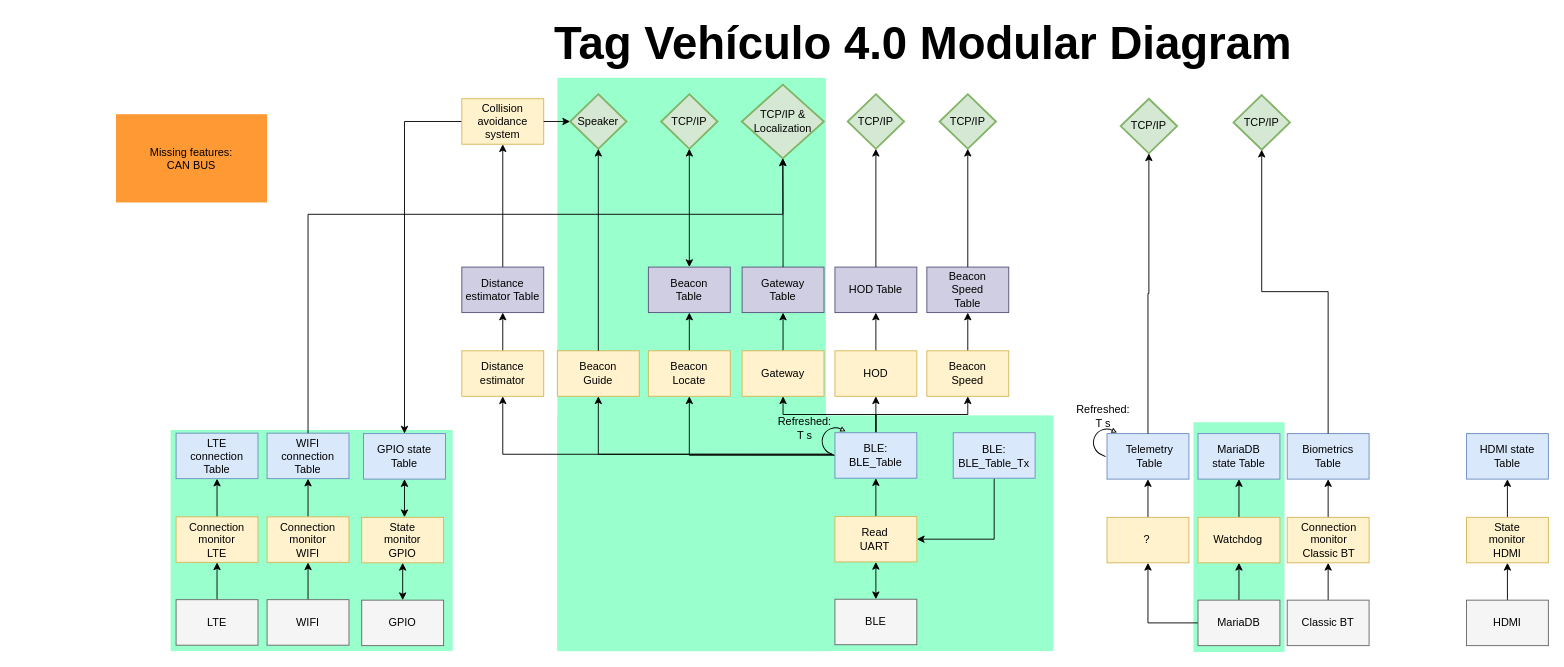
Above: Diagrama modular de Tag Vehiculo 4_0.drawio in CesarRodriguez14/Tag_Vehiculo_4_0_Diagramas (draw.io), before the change. Source tidied: cells renumbered, new cells numbered last; positions are measured from the earlier drawing's top-left corner, leaving out a move shared by most shapes. Both pictures are drawn from the tidied source at 91%, with x=0, y=0 at pixel (116, 20).
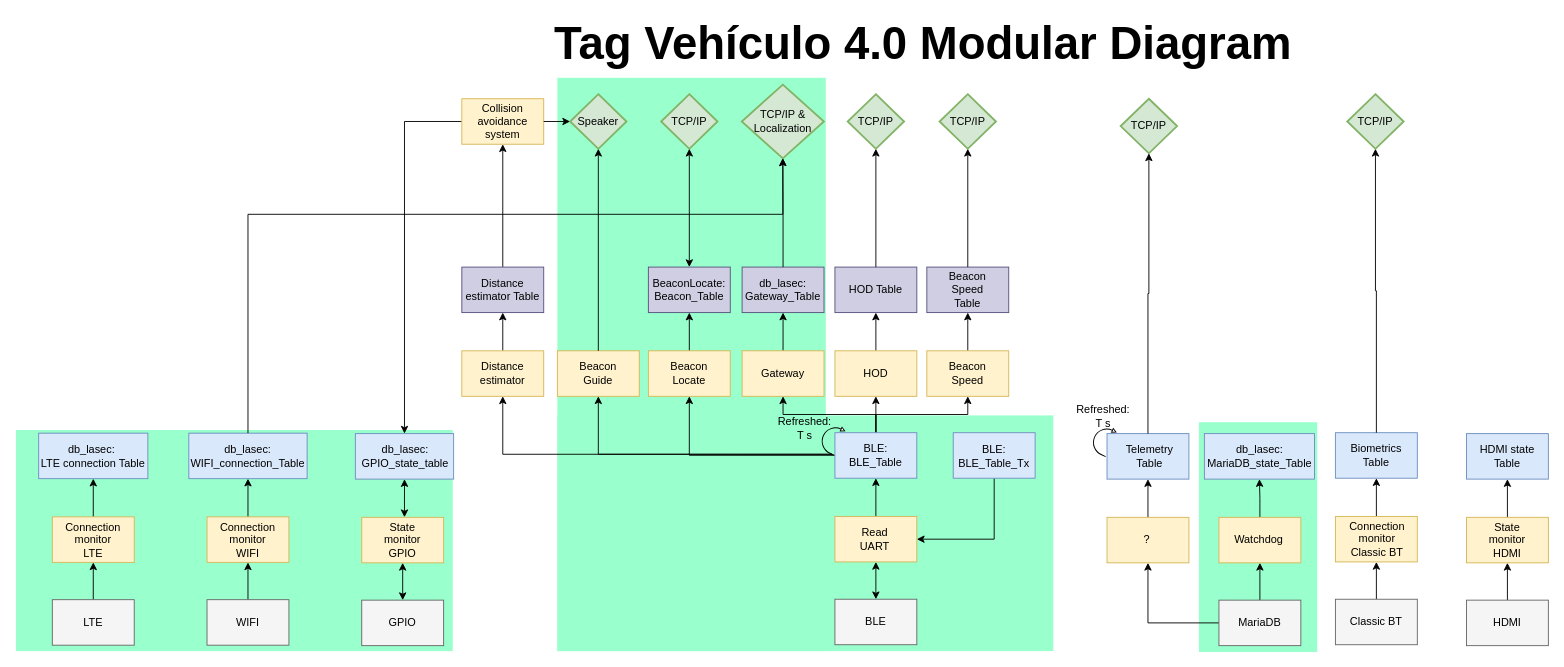
The same page after the edit.

Commit message:
Update tables and dbs

Unchanged cells that the change refers to:
```xml
<mxCell id="80" value="TCP/IP &amp;amp; Localization" style="strokeWidth=2;html=1;shape=mxgraph.flowchart.decision;whiteSpace=wrap;fillColor=#d5e8d4;strokeColor=#82b366;" parent="1" vertex="1">
  <mxGeometry x="687.6" y="70.5" width="90.3" height="81" as="geometry" />
</mxCell>
```

Diff of the diagram source:
```diff
@@
     <mxCell id="2" style="rounded=0;whiteSpace=wrap;html=1;fillColor=#99FFCC;strokeColor=none;" parent="1" vertex="1">
-      <mxGeometry x="1184" y="441.5" width="100" height="252.5" as="geometry" />
+      <mxGeometry x="1190" y="441.5" width="130" height="252.5" as="geometry" />
     </mxCell>
     <mxCell id="3" style="rounded=0;whiteSpace=wrap;html=1;fillColor=#99FFCC;strokeColor=none;" parent="1" vertex="1">
-      <mxGeometry x="60" y="450" width="310" height="243" as="geometry" />
+      <mxGeometry x="-110" y="450" width="480" height="243" as="geometry" />
     </mxCell>
@@
     <mxCell id="9" style="rounded=0;whiteSpace=wrap;html=1;fillColor=#f5f5f5;fontColor=#333333;strokeColor=#666666;" parent="1" vertex="1">
-      <mxGeometry x="66" y="636.5" width="90" height="50" as="geometry" />
+      <mxGeometry x="-70" y="636.5" width="90" height="50" as="geometry" />
     </mxCell>
     <mxCell id="10" value="LTE" style="text;html=1;align=center;verticalAlign=middle;whiteSpace=wrap;rounded=0;" parent="1" vertex="1">
-      <mxGeometry x="81" y="646.5" width="60" height="30" as="geometry" />
+      <mxGeometry x="-55" y="646.5" width="60" height="30" as="geometry" />
     </mxCell>
@@
     <mxCell id="12" style="rounded=0;whiteSpace=wrap;html=1;fillColor=#f5f5f5;fontColor=#333333;strokeColor=#666666;" parent="1" vertex="1">
-      <mxGeometry x="166" y="636.5" width="90" height="50" as="geometry" />
+      <mxGeometry x="100" y="636.5" width="90" height="50" as="geometry" />
     </mxCell>
     <mxCell id="13" value="WIFI" style="text;html=1;align=center;verticalAlign=middle;whiteSpace=wrap;rounded=0;" parent="1" vertex="1">
-      <mxGeometry x="181" y="646.5" width="60" height="30" as="geometry" />
+      <mxGeometry x="115" y="646.5" width="60" height="30" as="geometry" />
     </mxCell>
@@
     <mxCell id="21" style="rounded=0;whiteSpace=wrap;html=1;fillColor=#f5f5f5;fontColor=#333333;strokeColor=#666666;" parent="1" vertex="1">
-      <mxGeometry x="1189" y="637" width="90" height="50" as="geometry" />
+      <mxGeometry x="1212" y="637" width="90" height="50" as="geometry" />
     </mxCell>
     <mxCell id="22" value="MariaDB" style="text;html=1;align=center;verticalAlign=middle;whiteSpace=wrap;rounded=0;" parent="1" vertex="1">
-      <mxGeometry x="1204" y="647" width="60" height="30" as="geometry" />
+      <mxGeometry x="1227" y="647" width="60" height="30" as="geometry" />
     </mxCell>
@@
     <mxCell id="29" style="rounded=0;whiteSpace=wrap;html=1;fillColor=#fff2cc;strokeColor=#d6b656;" parent="1" vertex="1">
-      <mxGeometry x="66" y="545.5" width="90" height="50" as="geometry" />
+      <mxGeometry x="-70" y="545.5" width="90" height="50" as="geometry" />
     </mxCell>
     <mxCell id="30" value="Connection monitor LTE" style="text;html=1;align=center;verticalAlign=middle;whiteSpace=wrap;rounded=0;" parent="1" vertex="1">
-      <mxGeometry x="81" y="555.5" width="60" height="30" as="geometry" />
+      <mxGeometry x="-55" y="555.5" width="60" height="30" as="geometry" />
     </mxCell>
@@
     <mxCell id="32" style="rounded=0;whiteSpace=wrap;html=1;fillColor=#fff2cc;strokeColor=#d6b656;" parent="1" vertex="1">
-      <mxGeometry x="166" y="545.5" width="90" height="50" as="geometry" />
+      <mxGeometry x="100" y="545.5" width="90" height="50" as="geometry" />
     </mxCell>
     <mxCell id="33" value="Connection monitor WIFI" style="text;html=1;align=center;verticalAlign=middle;whiteSpace=wrap;rounded=0;" parent="1" vertex="1">
-      <mxGeometry x="181" y="555.5" width="60" height="30" as="geometry" />
+      <mxGeometry x="115" y="555.5" width="60" height="30" as="geometry" />
     </mxCell>
@@
     <mxCell id="40" style="rounded=0;whiteSpace=wrap;html=1;fillColor=#fff2cc;strokeColor=#d6b656;" parent="1" vertex="1">
-      <mxGeometry x="1189" y="546" width="90" height="50" as="geometry" />
+      <mxGeometry x="1212" y="546" width="90" height="50" as="geometry" />
     </mxCell>
     <mxCell id="41" value="Watchdog" style="text;html=1;align=center;verticalAlign=middle;whiteSpace=wrap;rounded=0;" parent="1" vertex="1">
-      <mxGeometry x="1203" y="556" width="60" height="30" as="geometry" />
+      <mxGeometry x="1226" y="556" width="60" height="30" as="geometry" />
     </mxCell>
@@
     <mxCell id="51" style="rounded=0;whiteSpace=wrap;html=1;fillColor=#f5f5f5;fontColor=#333333;strokeColor=#666666;" parent="1" vertex="1">
-      <mxGeometry x="1287" y="637" width="90" height="50" as="geometry" />
+      <mxGeometry x="1340" y="636" width="90" height="50" as="geometry" />
     </mxCell>
     <mxCell id="52" value="Classic BT" style="text;html=1;align=center;verticalAlign=middle;whiteSpace=wrap;rounded=0;" parent="1" vertex="1">
-      <mxGeometry x="1302" y="647" width="60" height="30" as="geometry" />
+      <mxGeometry x="1355" y="646" width="60" height="30" as="geometry" />
     </mxCell>
     <mxCell id="53" style="rounded=0;whiteSpace=wrap;html=1;fillColor=#dae8fc;strokeColor=#6c8ebf;" parent="1" vertex="1">
-      <mxGeometry x="1287" y="454" width="90" height="50" as="geometry" />
+      <mxGeometry x="1340" y="453" width="90" height="50" as="geometry" />
     </mxCell>
     <mxCell id="54" value="Biometrics Table" style="text;html=1;align=center;verticalAlign=middle;whiteSpace=wrap;rounded=0;" parent="1" vertex="1">
-      <mxGeometry x="1302" y="464" width="60" height="30" as="geometry" />
+      <mxGeometry x="1355" y="463" width="60" height="30" as="geometry" />
     </mxCell>
     <mxCell id="55" value="TCP/IP" style="strokeWidth=2;html=1;shape=mxgraph.flowchart.decision;whiteSpace=wrap;fillColor=#d5e8d4;strokeColor=#82b366;" parent="1" vertex="1">
-      <mxGeometry x="1228" y="82" width="62" height="60" as="geometry" />
+      <mxGeometry x="1353" y="81" width="62" height="60" as="geometry" />
     </mxCell>
@@
-    <mxCell id="61" value="Beacon Table" style="text;html=1;align=center;verticalAlign=middle;whiteSpace=wrap;rounded=0;" parent="1" vertex="1">
+    <mxCell id="61" value="&lt;div&gt;BeaconLocate:&lt;/div&gt;Beacon_Table" style="text;html=1;align=center;verticalAlign=middle;whiteSpace=wrap;rounded=0;" parent="1" vertex="1">
       <mxGeometry x="599" y="281" width="62" height="30" as="geometry" />
     </mxCell>
@@
-    <mxCell id="67" value="Gateway Table" style="text;html=1;align=center;verticalAlign=middle;whiteSpace=wrap;rounded=0;" parent="1" vertex="1">
+    <mxCell id="67" value="&lt;div&gt;db_lasec:&lt;/div&gt;Gateway_Table" style="text;html=1;align=center;verticalAlign=middle;whiteSpace=wrap;rounded=0;" parent="1" vertex="1">
       <mxGeometry x="702" y="281" width="62" height="30" as="geometry" />
     </mxCell>
@@
     <mxCell id="87" style="rounded=0;whiteSpace=wrap;html=1;fillColor=#dae8fc;strokeColor=#6c8ebf;" parent="1" vertex="1">
-      <mxGeometry x="66" y="453.5" width="90" height="50" as="geometry" />
+      <mxGeometry x="-85" y="453.5" width="120" height="50" as="geometry" />
     </mxCell>
-    <mxCell id="88" value="LTE connection Table" style="text;html=1;align=center;verticalAlign=middle;whiteSpace=wrap;rounded=0;" parent="1" vertex="1">
-      <mxGeometry x="80" y="463.5" width="62" height="30" as="geometry" />
+    <mxCell id="88" value="db_lasec:&amp;nbsp;&lt;div&gt;LTE connection Table&lt;/div&gt;" style="text;html=1;align=center;verticalAlign=middle;whiteSpace=wrap;rounded=0;" parent="1" vertex="1">
+      <mxGeometry x="-85" y="463.5" width="120" height="30" as="geometry" />
     </mxCell>
     <mxCell id="89" style="rounded=0;whiteSpace=wrap;html=1;fillColor=#dae8fc;strokeColor=#6c8ebf;" parent="1" vertex="1">
-      <mxGeometry x="272" y="454" width="90" height="50" as="geometry" />
+      <mxGeometry x="263" y="454" width="108" height="50" as="geometry" />
     </mxCell>
-    <mxCell id="90" value="GPIO state Table" style="text;html=1;align=center;verticalAlign=middle;whiteSpace=wrap;rounded=0;" parent="1" vertex="1">
-      <mxGeometry x="286" y="464" width="62" height="30" as="geometry" />
+    <mxCell id="90" value="&lt;div&gt;db_lasec:&lt;/div&gt;GPIO_state_table" style="text;html=1;align=center;verticalAlign=middle;whiteSpace=wrap;rounded=0;" parent="1" vertex="1">
+      <mxGeometry x="286" y="464" width="64" height="30" as="geometry" />
     </mxCell>
@@
     <mxCell id="100" style="rounded=0;whiteSpace=wrap;html=1;fillColor=#dae8fc;strokeColor=#6c8ebf;" parent="1" vertex="1">
-      <mxGeometry x="166" y="453.5" width="90" height="50" as="geometry" />
+      <mxGeometry x="80" y="453.5" width="130" height="50" as="geometry" />
     </mxCell>
-    <mxCell id="101" value="WIFI connection Table" style="text;html=1;align=center;verticalAlign=middle;whiteSpace=wrap;rounded=0;" parent="1" vertex="1">
-      <mxGeometry x="180" y="463.5" width="62" height="30" as="geometry" />
+    <mxCell id="101" value="&lt;div&gt;db_lasec:&lt;/div&gt;WIFI_connection_Table" style="text;html=1;align=center;verticalAlign=middle;whiteSpace=wrap;rounded=0;" parent="1" vertex="1">
+      <mxGeometry x="114" y="463.5" width="62" height="30" as="geometry" />
     </mxCell>
     <mxCell id="102" style="rounded=0;whiteSpace=wrap;html=1;fillColor=#DAE8FC;strokeColor=#6c8ebf;" parent="1" vertex="1">
-      <mxGeometry x="1189" y="454" width="90" height="50" as="geometry" />
+      <mxGeometry x="1196" y="454" width="121" height="50" as="geometry" />
     </mxCell>
-    <mxCell id="103" value="MariaDB state Table" style="text;html=1;align=center;verticalAlign=middle;whiteSpace=wrap;rounded=0;" parent="1" vertex="1">
-      <mxGeometry x="1203" y="464" width="62" height="30" as="geometry" />
+    <mxCell id="103" value="&lt;div&gt;db_lasec:&lt;/div&gt;MariaDB_state_Table" style="text;html=1;align=center;verticalAlign=middle;whiteSpace=wrap;rounded=0;" parent="1" vertex="1">
+      <mxGeometry x="1197" y="464" width="120" height="30" as="geometry" />
     </mxCell>
@@
     <mxCell id="108" style="rounded=0;whiteSpace=wrap;html=1;fillColor=#fff2cc;strokeColor=#d6b656;" parent="1" vertex="1">
-      <mxGeometry x="1287" y="546" width="90" height="50" as="geometry" />
+      <mxGeometry x="1340" y="545" width="90" height="50" as="geometry" />
     </mxCell>
     <mxCell id="109" value="Connection monitor Classic BT" style="text;html=1;align=center;verticalAlign=middle;whiteSpace=wrap;rounded=0;" parent="1" vertex="1">
-      <mxGeometry x="1303" y="556" width="60" height="30" as="geometry" />
+      <mxGeometry x="1356" y="555" width="60" height="30" as="geometry" />
     </mxCell>
@@
-    <mxCell id="113" value="Missing features:&lt;div&gt;&lt;span style=&quot;background-color: initial;&quot;&gt;CAN BUS&lt;/span&gt;&lt;/div&gt;" style="text;html=1;align=center;verticalAlign=middle;whiteSpace=wrap;rounded=0;fillColor=#FF9933;" parent="1" vertex="1">
-      <mxGeometry y="103" width="166" height="97" as="geometry" />
-    </mxCell>
     <mxCell id="114" style="edgeStyle=orthogonalEdgeStyle;rounded=0;jettySize=auto;html=1;exitX=0.5;exitY=0;exitDx=0;exitDy=0;entryX=0.5;entryY=1;entryDx=0;entryDy=0;entryPerimeter=0;" parent="1" edge="1" source="100" target="80">
       <mxGeometry relative="1" as="geometry">
         <Array as="points">
-          <mxPoint x="211" y="213" />
+          <mxPoint x="145" y="213" />
           <mxPoint x="733" y="213" />
         </Array>
       </mxGeometry>
     </mxCell>
```
